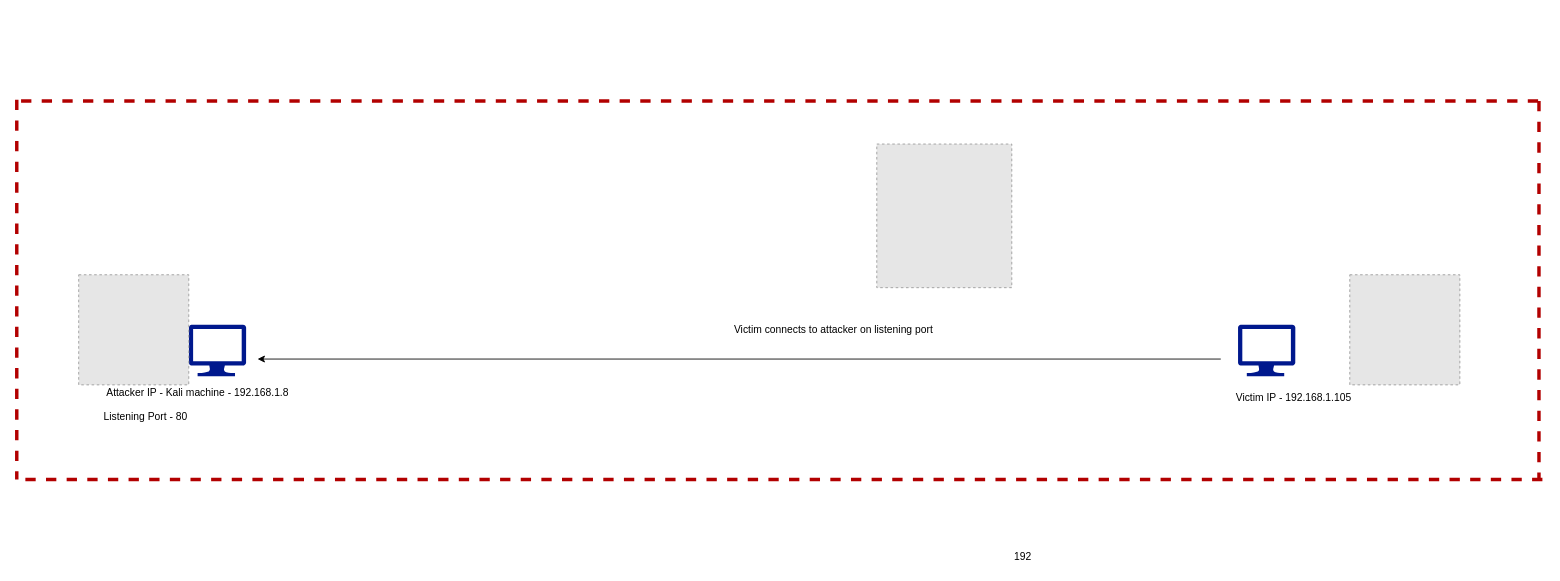
Earlier version of the draw.io diagram Diagram/Untitled Diagram.drawio (ritzmeya/ELK_2021). Source tidied: cells renumbered, new cells numbered last; positions are measured from the earlier drawing's top-left corner, leaving out a move shared by most shapes. Both pictures are drawn from the tidied source at 86%, with x=0, y=0 at pixel (16, 99). Pictures stored in the file or linked from it are replaced by grey dashed boxes.
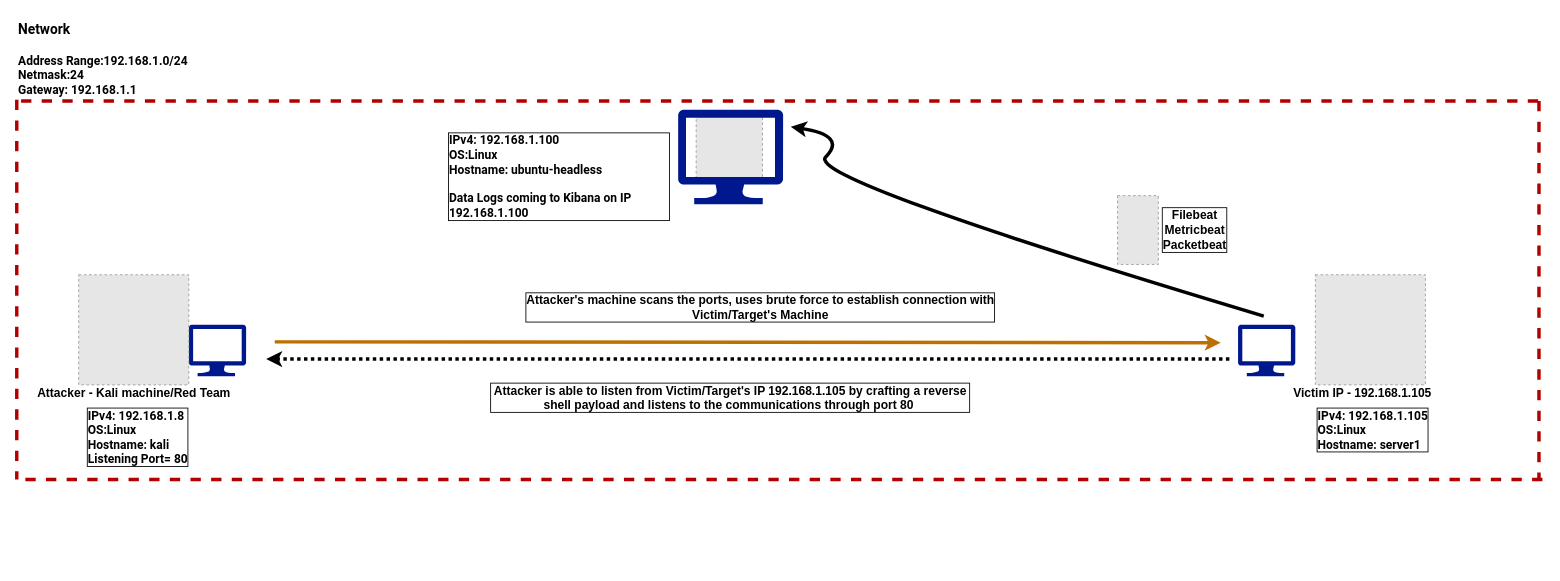
After the change.

Change to the diagram source:
```diff
@@
-    <mxCell id="3" value="Attacker IP - Kali machine - 192.168.1.8" style="text;html=1;align=center;verticalAlign=middle;strokeColor=none;" parent="1" vertex="1">
-      <mxGeometry x="95" y="332" width="230" height="20" as="geometry" />
+    <mxCell id="3" value="&lt;font style=&quot;font-size: 14px&quot;&gt;&lt;b&gt;Attacker - Kali machine/Red Team&lt;/b&gt;&lt;/font&gt;" style="text;html=1;align=center;verticalAlign=middle;strokeColor=none;fillColor=#ffffff;" parent="1" vertex="1">
+      <mxGeometry x="16" y="332" width="240" height="20" as="geometry" />
     </mxCell>
-    <mxCell id="4" value="Listening Port - 80" style="text;html=1;strokeColor=none;fillColor=none;align=center;verticalAlign=middle;whiteSpace=wrap;rounded=0;" parent="1" vertex="1">
-      <mxGeometry x="100" y="359" width="100" height="20" as="geometry" />
-    </mxCell>
@@
-    <mxCell id="6" value="Victim IP - 192.168.1.105" style="text;html=1;strokeColor=none;fillColor=none;align=center;verticalAlign=middle;whiteSpace=wrap;rounded=0;" parent="1" vertex="1">
-      <mxGeometry x="1390" y="342" width="190" height="10" as="geometry" />
+    <mxCell id="6" value="&lt;font style=&quot;font-size: 14px&quot;&gt;&lt;b&gt;Victim IP - 192.168.1.105&lt;/b&gt;&lt;/font&gt;" style="text;html=1;strokeColor=none;align=center;verticalAlign=middle;whiteSpace=wrap;rounded=0;fillColor=#ffffff;" parent="1" vertex="1">
+      <mxGeometry x="1470" y="337" width="190" height="10" as="geometry" />
     </mxCell>
-    <mxCell id="7" style="endArrow=classic;html=1;" parent="1" edge="1">
-      <mxGeometry relative="1" as="geometry">
-        <mxPoint x="1400" y="302" as="sourcePoint" />
-        <mxPoint x="280" y="302" as="targetPoint" />
-      </mxGeometry>
-    </mxCell>
-    <mxCell id="8" value="Victim connects to attacker on listening port" style="text;html=1;strokeColor=none;fillColor=none;align=center;verticalAlign=middle;whiteSpace=wrap;rounded=0;" parent="1" vertex="1">
-      <mxGeometry x="810" y="238" width="280" height="60" as="geometry" />
+    <mxCell id="8" value="&lt;font style=&quot;font-size: 14px&quot;&gt;&lt;b&gt;Attacker is able to listen from Victim/Target's IP 192.168.1.105 by crafting a reverse shell payload and listens to the communications through port 80&amp;nbsp;&lt;/b&gt;&lt;/font&gt;" style="text;html=1;strokeColor=none;align=center;verticalAlign=middle;whiteSpace=wrap;rounded=0;fillColor=#ffffff;labelBorderColor=#000000;" parent="1" vertex="1">
+      <mxGeometry x="550" y="312" width="560" height="70" as="geometry" />
     </mxCell>
@@
     <mxCell id="10" style="fillColor=#E6E6E6;strokeColor=#999999;dashed=1;html=1;verticalAlign=top;verticalLabelPosition=bottom;labelBackgroundColor=#ffffff;" parent="1" vertex="1">
-      <mxGeometry x="1550" y="204" width="128" height="128" as="geometry" />
+      <mxGeometry x="1510" y="204" width="128" height="128" as="geometry" />
     </mxCell>
     <mxCell id="11" style="fillColor=#E6E6E6;strokeColor=#999999;dashed=1;verticalLabelPosition=bottom;labelBackgroundColor=#ffffff;verticalAlign=top;" parent="1" vertex="1">
-      <mxGeometry x="1000" y="52" width="157" height="167" as="geometry" />
+      <mxGeometry x="790" y="14" width="77.1" height="82" as="geometry" />
     </mxCell>
-    <mxCell id="12" value="192" style="text;html=1;strokeColor=none;fillColor=none;align=center;verticalAlign=middle;whiteSpace=wrap;rounded=0;" parent="1" vertex="1">
-      <mxGeometry x="1150" y="522" width="40" height="20" as="geometry" />
-    </mxCell>
@@
+    <mxCell id="17" value="&lt;b id=&quot;docs-internal-guid-98c4dd5d-7fff-0974-80f0-ca5fc23a766d&quot;&gt;&lt;font&gt;&lt;p dir=&quot;ltr&quot; style=&quot;line-height: 1.2 ; margin-top: 0pt ; margin-bottom: 0pt&quot;&gt;&lt;span style=&quot;font-family: &amp;#34;roboto&amp;#34; , sans-serif ; color: rgb(0 , 0 , 0) ; background-color: transparent ; font-style: normal ; font-variant: normal ; text-decoration: none ; vertical-align: baseline&quot;&gt;&lt;font style=&quot;font-size: 16px&quot;&gt;Network&lt;/font&gt;&lt;/span&gt;&lt;/p&gt;&lt;p dir=&quot;ltr&quot; style=&quot;line-height: 1.2 ; margin-top: 0pt ; margin-bottom: 0pt&quot;&gt;&lt;span style=&quot;font-family: &amp;#34;roboto&amp;#34; , sans-serif ; color: rgb(0 , 0 , 0) ; background-color: transparent ; font-style: normal ; font-variant: normal ; text-decoration: none ; vertical-align: baseline&quot;&gt;&lt;font style=&quot;font-size: 16px&quot;&gt;&lt;br&gt;&lt;/font&gt;&lt;/span&gt;&lt;/p&gt;&lt;p dir=&quot;ltr&quot; style=&quot;font-size: 14px ; line-height: 1.2 ; margin-top: 0pt ; margin-bottom: 0pt&quot;&gt;&lt;span style=&quot;font-family: &amp;#34;roboto&amp;#34; , sans-serif ; color: rgb(0 , 0 , 0) ; background-color: transparent ; font-style: normal ; font-variant: normal ; text-decoration: none ; vertical-align: baseline&quot;&gt;Address Range:192.168.1.0/24&lt;/span&gt;&lt;/p&gt;&lt;p dir=&quot;ltr&quot; style=&quot;font-size: 14px ; line-height: 1.2 ; margin-top: 0pt ; margin-bottom: 0pt&quot;&gt;&lt;span style=&quot;font-family: &amp;#34;roboto&amp;#34; , sans-serif ; color: rgb(0 , 0 , 0) ; background-color: transparent ; font-style: normal ; font-variant: normal ; text-decoration: none ; vertical-align: baseline&quot;&gt;Netmask:24&lt;/span&gt;&lt;/p&gt;&lt;p dir=&quot;ltr&quot; style=&quot;font-size: 14px ; line-height: 1.2 ; margin-top: 0pt ; margin-bottom: 0pt&quot;&gt;&lt;span style=&quot;font-family: &amp;#34;roboto&amp;#34; , sans-serif ; color: rgb(0 , 0 , 0) ; background-color: transparent ; font-style: normal ; font-variant: normal ; text-decoration: none ; vertical-align: baseline&quot;&gt;Gateway: 192.168.1.1&lt;/span&gt;&lt;/p&gt;&lt;/font&gt;&lt;/b&gt;" style="text;whiteSpace=wrap;html=1;fillColor=#ffffff;" parent="1" vertex="1">
+      <mxGeometry y="-98" width="240" height="90" as="geometry" />
+    </mxCell>
+    <mxCell id="18" value="&lt;b style=&quot;font-size: 14px&quot; id=&quot;docs-internal-guid-590dc66f-7fff-691b-0d58-1eaf558547c3&quot;&gt;&lt;font style=&quot;font-size: 14px&quot;&gt;&lt;p dir=&quot;ltr&quot; style=&quot;line-height: 1.2 ; margin-top: 0pt ; margin-bottom: 0pt&quot;&gt;&lt;span style=&quot;font-family: &amp;#34;roboto&amp;#34; , sans-serif ; color: rgb(0 , 0 , 0) ; background-color: transparent ; font-style: normal ; font-variant: normal ; text-decoration: none ; vertical-align: baseline&quot;&gt;IPv4: 192.168.1.8&lt;/span&gt;&lt;/p&gt;&lt;p dir=&quot;ltr&quot; style=&quot;line-height: 1.2 ; margin-top: 0pt ; margin-bottom: 0pt&quot;&gt;&lt;span style=&quot;font-family: &amp;#34;roboto&amp;#34; , sans-serif ; color: rgb(0 , 0 , 0) ; background-color: transparent ; font-style: normal ; font-variant: normal ; text-decoration: none ; vertical-align: baseline&quot;&gt;OS:Linux&lt;/span&gt;&lt;/p&gt;&lt;p dir=&quot;ltr&quot; style=&quot;line-height: 1.2 ; margin-top: 0pt ; margin-bottom: 0pt&quot;&gt;&lt;span style=&quot;font-family: &amp;#34;roboto&amp;#34; , sans-serif ; color: rgb(0 , 0 , 0) ; background-color: transparent ; font-style: normal ; font-variant: normal ; text-decoration: none ; vertical-align: baseline&quot;&gt;Hostname: kali&lt;/span&gt;&lt;/p&gt;&lt;p dir=&quot;ltr&quot; style=&quot;line-height: 1.2 ; margin-top: 0pt ; margin-bottom: 0pt&quot;&gt;&lt;span style=&quot;font-family: &amp;#34;roboto&amp;#34; , sans-serif ; color: rgb(0 , 0 , 0) ; background-color: transparent ; font-style: normal ; font-variant: normal ; text-decoration: none ; vertical-align: baseline&quot;&gt;Listening Port= 80&lt;/span&gt;&lt;/p&gt;&lt;/font&gt;&lt;/b&gt;" style="text;whiteSpace=wrap;html=1;fillColor=#ffffff;labelBorderColor=#000000;" parent="1" vertex="1">
+      <mxGeometry x="80" y="352" width="130" height="80" as="geometry" />
+    </mxCell>
+    <mxCell id="19" value="&lt;b style=&quot;font-size: 14px&quot; id=&quot;docs-internal-guid-79703104-7fff-4c2e-7f82-52aabd345504&quot;&gt;&lt;font style=&quot;font-size: 14px&quot;&gt;&lt;p dir=&quot;ltr&quot; style=&quot;line-height: 1.2 ; margin-top: 0pt ; margin-bottom: 0pt&quot;&gt;&lt;span style=&quot;font-family: &amp;#34;roboto&amp;#34; , sans-serif ; color: rgb(0 , 0 , 0) ; background-color: transparent ; font-style: normal ; font-variant: normal ; text-decoration: none ; vertical-align: baseline&quot;&gt;IPv4: 192.168.1.105&lt;/span&gt;&lt;/p&gt;&lt;p dir=&quot;ltr&quot; style=&quot;line-height: 1.2 ; margin-top: 0pt ; margin-bottom: 0pt&quot;&gt;&lt;span style=&quot;font-family: &amp;#34;roboto&amp;#34; , sans-serif ; color: rgb(0 , 0 , 0) ; background-color: transparent ; font-style: normal ; font-variant: normal ; text-decoration: none ; vertical-align: baseline&quot;&gt;OS:Linux&lt;/span&gt;&lt;/p&gt;&lt;p dir=&quot;ltr&quot; style=&quot;line-height: 1.2 ; margin-top: 0pt ; margin-bottom: 0pt&quot;&gt;&lt;span style=&quot;font-family: &amp;#34;roboto&amp;#34; , sans-serif ; color: rgb(0 , 0 , 0) ; background-color: transparent ; font-style: normal ; font-variant: normal ; text-decoration: none ; vertical-align: baseline&quot;&gt;Hostname: server1&lt;/span&gt;&lt;/p&gt;&lt;/font&gt;&lt;/b&gt;" style="text;whiteSpace=wrap;html=1;fillColor=#ffffff;labelBorderColor=#000000;" parent="1" vertex="1">
+      <mxGeometry x="1510" y="352" width="140" height="80" as="geometry" />
+    </mxCell>
+    <mxCell id="20" style="endArrow=classic;html=1;strokeWidth=4;dashed=1;dashPattern=1 1;" parent="1" edge="1">
+      <mxGeometry relative="1" as="geometry">
+        <mxPoint x="1410" y="302" as="sourcePoint" />
+        <mxPoint x="290" y="302" as="targetPoint" />
+      </mxGeometry>
+    </mxCell>
+    <mxCell id="21" value="&lt;font style=&quot;font-size: 14px&quot;&gt;&lt;b&gt;Filebeat&lt;br&gt;Metricbeat&lt;br&gt;Packetbeat&lt;/b&gt;&lt;/font&gt;" style="text;html=1;strokeColor=none;align=center;verticalAlign=middle;whiteSpace=wrap;rounded=0;dashed=1;opacity=0;fillColor=#ffffff;labelBorderColor=#000000;" parent="1" vertex="1">
+      <mxGeometry x="1350" y="142" width="40" height="20" as="geometry" />
+    </mxCell>
+    <mxCell id="22" style="fillColor=#E6E6E6;strokeColor=#999999;dashed=1;verticalLabelPosition=bottom;labelBackgroundColor=#ffffff;verticalAlign=top;" parent="1" vertex="1">
+      <mxGeometry x="1280" y="112" width="47.4" height="80" as="geometry" />
+    </mxCell>
+    <mxCell id="23" style="shadow=0;dashed=0;html=1;strokeColor=none;labelPosition=center;verticalLabelPosition=bottom;verticalAlign=top;align=center;fillColor=#00188D;shape=mxgraph.azure.computer;" parent="1" vertex="1">
+      <mxGeometry x="768.9" y="12" width="122.2" height="110" as="geometry" />
+    </mxCell>
+    <mxCell id="24" value="&lt;b style=&quot;font-size: 14px&quot; id=&quot;docs-internal-guid-45e378d6-7fff-6cc5-ab81-63baf9ada1f7&quot;&gt;&lt;font style=&quot;font-size: 14px&quot;&gt;&lt;p dir=&quot;ltr&quot; style=&quot;line-height: 1.2 ; margin-top: 0pt ; margin-bottom: 0pt&quot;&gt;&lt;span style=&quot;font-family: &amp;#34;roboto&amp;#34; , sans-serif ; color: rgb(0 , 0 , 0) ; background-color: transparent ; font-style: normal ; font-variant: normal ; text-decoration: none ; vertical-align: baseline&quot;&gt;IPv4: 192.168.1.100&lt;/span&gt;&lt;/p&gt;&lt;p dir=&quot;ltr&quot; style=&quot;line-height: 1.2 ; margin-top: 0pt ; margin-bottom: 0pt&quot;&gt;&lt;span style=&quot;font-family: &amp;#34;roboto&amp;#34; , sans-serif ; color: rgb(0 , 0 , 0) ; background-color: transparent ; font-style: normal ; font-variant: normal ; text-decoration: none ; vertical-align: baseline&quot;&gt;OS:Linux&lt;/span&gt;&lt;/p&gt;&lt;p dir=&quot;ltr&quot; style=&quot;line-height: 1.2 ; margin-top: 0pt ; margin-bottom: 0pt&quot;&gt;&lt;span style=&quot;font-family: &amp;#34;roboto&amp;#34; , sans-serif ; color: rgb(0 , 0 , 0) ; background-color: transparent ; font-style: normal ; font-variant: normal ; text-decoration: none ; vertical-align: baseline&quot;&gt;Hostname: ubuntu-headless&lt;/span&gt;&lt;/p&gt;&lt;p dir=&quot;ltr&quot; style=&quot;line-height: 1.2 ; margin-top: 0pt ; margin-bottom: 0pt&quot;&gt;&lt;span style=&quot;font-family: &amp;#34;roboto&amp;#34; , sans-serif ; color: rgb(0 , 0 , 0) ; background-color: transparent ; font-style: normal ; font-variant: normal ; text-decoration: none ; vertical-align: baseline&quot;&gt;&lt;br&gt;&lt;/span&gt;&lt;/p&gt;&lt;p dir=&quot;ltr&quot; style=&quot;line-height: 1.2 ; margin-top: 0pt ; margin-bottom: 0pt&quot;&gt;&lt;span style=&quot;font-family: &amp;#34;roboto&amp;#34; , sans-serif ; color: rgb(0 , 0 , 0) ; background-color: transparent ; font-style: normal ; font-variant: normal ; text-decoration: none ; vertical-align: baseline&quot;&gt;Data Logs coming to Kibana on IP 192.168.1.100&lt;/span&gt;&lt;/p&gt;&lt;/font&gt;&lt;/b&gt;" style="text;whiteSpace=wrap;html=1;fillColor=#ffffff;labelBorderColor=#000000;" parent="1" vertex="1">
+      <mxGeometry x="500" y="32" width="260" height="120" as="geometry" />
+    </mxCell>
+    <mxCell id="25" style="curved=1;endArrow=classic;html=1;strokeWidth=4;" parent="1" edge="1">
+      <mxGeometry relative="1" as="geometry">
+        <mxPoint x="1450" y="252" as="sourcePoint" />
+        <mxPoint x="900" y="32" as="targetPoint" />
+        <Array as="points">
+          <mxPoint x="915.6" y="92" />
+          <mxPoint x="965.6" y="42" />
+        </Array>
+      </mxGeometry>
+    </mxCell>
+    <mxCell id="26" style="endArrow=classic;html=1;strokeWidth=4;fillColor=#f0a30a;strokeColor=#BD7000;" parent="1" edge="1">
+      <mxGeometry relative="1" as="geometry">
+        <mxPoint x="300" y="282" as="sourcePoint" />
+        <mxPoint x="1400" y="283" as="targetPoint" />
+      </mxGeometry>
+    </mxCell>
+    <mxCell id="27" value="&lt;font style=&quot;font-size: 14px&quot;&gt;&lt;b&gt;Attacker's machine scans the ports, uses brute force to establish connection with &lt;br&gt;Victim/Target's Machine&lt;/b&gt;&lt;/font&gt;" style="text;html=1;strokeColor=none;align=center;verticalAlign=middle;whiteSpace=wrap;rounded=0;dashed=1;opacity=0;fillColor=#ffffff;labelBorderColor=#000000;" parent="1" vertex="1">
+      <mxGeometry x="480" y="212" width="770" height="60" as="geometry" />
+    </mxCell>
```
